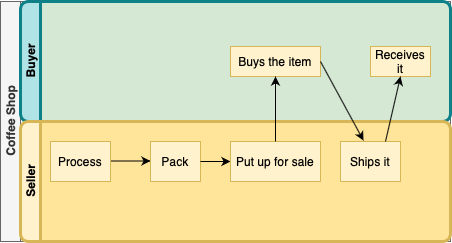
Earlier version of the draw.io export UML/Udacity_CoffeeShop_Activity_Diagram.png (georgesdib/supply_chain_project). Source tidied: cells renumbered, new cells last; positions are measured from the earlier drawing's top-left corner, leaving out a move shared by most shapes. Source of this version:
```xml
<mxGraphModel>
  <root>
    <mxCell id="0" />
    <mxCell id="1" parent="0" />
    <mxCell id="2" value="Coffee Shop" style="swimlane;html=1;horizontal=0;startSize=20;fillColor=#f5f5f5;strokeColor=#666666;fontColor=#333333;" parent="1" vertex="1">
      <mxGeometry width="450" height="240" as="geometry" />
    </mxCell>
    <mxCell id="3" value="Buyer" style="swimlane;html=1;startSize=20;horizontal=0;fillColor=#b0e3e6;strokeColor=#0e8088;strokeWidth=3;rounded=1;swimlaneFillColor=#D5E8D4;" parent="2" vertex="1">
      <mxGeometry x="20" width="430" height="120" as="geometry" />
    </mxCell>
    <mxCell id="4" value="Buys the item" style="rounded=0;whiteSpace=wrap;html=1;fillColor=#fff2cc;strokeColor=#d6b656;" parent="3" vertex="1">
      <mxGeometry x="210" y="45" width="90" height="30" as="geometry" />
    </mxCell>
    <mxCell id="5" value="Receives it" style="rounded=0;whiteSpace=wrap;html=1;fillColor=#fff2cc;strokeColor=#d6b656;" parent="3" vertex="1">
      <mxGeometry x="350" y="45" width="60" height="30" as="geometry" />
    </mxCell>
    <mxCell id="6" value="Seller" style="swimlane;html=1;startSize=20;horizontal=0;fillColor=#fff2cc;strokeColor=#d6b656;strokeWidth=3;rounded=1;perimeterSpacing=0;swimlaneFillColor=#FFE599;" parent="2" vertex="1">
      <mxGeometry x="20" y="120" width="430" height="120" as="geometry" />
    </mxCell>
    <mxCell id="7" style="edgeStyle=orthogonalEdgeStyle;rounded=0;orthogonalLoop=1;jettySize=auto;html=1;" parent="6" edge="1">
      <mxGeometry relative="1" as="geometry">
        <mxPoint x="140" y="39.5" as="sourcePoint" />
        <mxPoint x="130" y="39.5" as="targetPoint" />
        <Array as="points">
          <mxPoint x="90" y="39.5" />
          <mxPoint x="90" y="39.5" />
        </Array>
      </mxGeometry>
    </mxCell>
    <mxCell id="8" value="Pack" style="rounded=0;whiteSpace=wrap;html=1;fontFamily=Helvetica;fontSize=12;align=center;fillColor=#fff2cc;strokeColor=#d6b656;" parent="6" vertex="1">
      <mxGeometry x="130" y="20" width="50" height="40" as="geometry" />
    </mxCell>
    <mxCell id="9" value="Process" style="rounded=0;whiteSpace=wrap;html=1;fontFamily=Helvetica;fontSize=12;align=center;fillColor=#fff2cc;strokeColor=#d6b656;" parent="6" vertex="1">
      <mxGeometry x="30" y="20" width="60" height="40" as="geometry" />
    </mxCell>
    <mxCell id="10" style="endArrow=classic;html=1;exitX=1;exitY=0.5;exitDx=0;exitDy=0;entryX=0;entryY=0.5;entryDx=0;entryDy=0;" parent="6" edge="1" source="8" target="11">
      <mxGeometry relative="1" as="geometry" />
    </mxCell>
    <mxCell id="11" value="Put up for sale" style="rounded=0;whiteSpace=wrap;html=1;fillColor=#fff2cc;strokeColor=#d6b656;" parent="6" vertex="1">
      <mxGeometry x="210" y="20" width="90" height="40" as="geometry" />
    </mxCell>
    <mxCell id="12" value="Ships it" style="rounded=0;whiteSpace=wrap;html=1;fillColor=#fff2cc;strokeColor=#d6b656;" parent="6" vertex="1">
      <mxGeometry x="320" y="20" width="60" height="40" as="geometry" />
    </mxCell>
    <mxCell id="13" style="endArrow=classic;html=1;entryX=0.5;entryY=1;entryDx=0;entryDy=0;exitX=0.5;exitY=0;exitDx=0;exitDy=0;" parent="2" edge="1" source="11" target="4">
      <mxGeometry relative="1" as="geometry" />
    </mxCell>
    <mxCell id="14" style="endArrow=classic;html=1;exitX=1;exitY=0.5;exitDx=0;exitDy=0;entryX=0.383;entryY=-0.025;entryDx=0;entryDy=0;entryPerimeter=0;" parent="2" edge="1" source="4" target="12">
      <mxGeometry relative="1" as="geometry" />
    </mxCell>
    <mxCell id="15" style="endArrow=classic;html=1;entryX=0.5;entryY=1;entryDx=0;entryDy=0;exitX=0.75;exitY=0;exitDx=0;exitDy=0;" parent="2" edge="1" source="12" target="5">
      <mxGeometry relative="1" as="geometry" />
    </mxCell>
  </root>
</mxGraphModel>
```
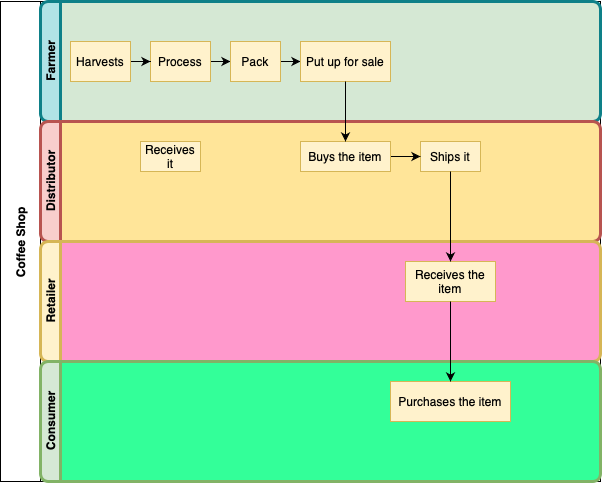
Later version of the same file.

Commit message:
Updating activity diagram

Diff of the diagram source:
```diff
@@ -2,54 +2,70 @@
   <root>
     <mxCell id="0" />
     <mxCell id="1" parent="0" />
-    <mxCell id="2" value="Coffee Shop" style="swimlane;html=1;horizontal=0;startSize=20;fillColor=#f5f5f5;strokeColor=#666666;fontColor=#333333;" parent="1" vertex="1">
-      <mxGeometry width="450" height="240" as="geometry" />
+    <mxCell id="2" value="Coffee Shop" style="swimlane;horizontal=0;startSize=40;" parent="1" vertex="1">
+      <mxGeometry width="600" height="480" as="geometry" />
     </mxCell>
-    <mxCell id="3" value="Buyer" style="swimlane;html=1;startSize=20;horizontal=0;fillColor=#b0e3e6;strokeColor=#0e8088;strokeWidth=3;rounded=1;swimlaneFillColor=#D5E8D4;" parent="2" vertex="1">
-      <mxGeometry x="20" width="430" height="120" as="geometry" />
-    </mxCell>
-    <mxCell id="4" value="Buys the item" style="rounded=0;whiteSpace=wrap;html=1;fillColor=#fff2cc;strokeColor=#d6b656;" parent="3" vertex="1">
-      <mxGeometry x="210" y="45" width="90" height="30" as="geometry" />
-    </mxCell>
-    <mxCell id="5" value="Receives it" style="rounded=0;whiteSpace=wrap;html=1;fillColor=#fff2cc;strokeColor=#d6b656;" parent="3" vertex="1">
-      <mxGeometry x="350" y="45" width="60" height="30" as="geometry" />
-    </mxCell>
-    <mxCell id="6" value="Seller" style="swimlane;html=1;startSize=20;horizontal=0;fillColor=#fff2cc;strokeColor=#d6b656;strokeWidth=3;rounded=1;perimeterSpacing=0;swimlaneFillColor=#FFE599;" parent="2" vertex="1">
-      <mxGeometry x="20" y="120" width="430" height="120" as="geometry" />
-    </mxCell>
-    <mxCell id="7" style="edgeStyle=orthogonalEdgeStyle;rounded=0;orthogonalLoop=1;jettySize=auto;html=1;" parent="6" edge="1">
-      <mxGeometry relative="1" as="geometry">
-        <mxPoint x="140" y="39.5" as="sourcePoint" />
-        <mxPoint x="130" y="39.5" as="targetPoint" />
-        <Array as="points">
-          <mxPoint x="90" y="39.5" />
-          <mxPoint x="90" y="39.5" />
-        </Array>
-      </mxGeometry>
-    </mxCell>
-    <mxCell id="8" value="Pack" style="rounded=0;whiteSpace=wrap;html=1;fontFamily=Helvetica;fontSize=12;align=center;fillColor=#fff2cc;strokeColor=#d6b656;" parent="6" vertex="1">
-      <mxGeometry x="130" y="20" width="50" height="40" as="geometry" />
-    </mxCell>
+    <mxCell id="16" value="Farmer" style="swimlane;html=1;startSize=20;horizontal=0;fillColor=#b0e3e6;strokeColor=#0e8088;strokeWidth=3;rounded=1;swimlaneFillColor=#D5E8D4;" parent="2" vertex="1">
+      <mxGeometry x="40" width="560" height="120" as="geometry" />
+    </mxCell>
+    <mxCell id="17" style="edgeStyle=orthogonalEdgeStyle;rounded=0;jettySize=auto;html=1;" parent="16" edge="1" source="9" target="8">
+      <mxGeometry relative="1" as="geometry" />
+    </mxCell>
-    <mxCell id="9" value="Process" style="rounded=0;whiteSpace=wrap;html=1;fontFamily=Helvetica;fontSize=12;align=center;fillColor=#fff2cc;strokeColor=#d6b656;" parent="6" vertex="1">
-      <mxGeometry x="30" y="20" width="60" height="40" as="geometry" />
+    <mxCell id="9" value="Process" style="rounded=0;whiteSpace=wrap;html=1;fontFamily=Helvetica;fontSize=12;align=center;fillColor=#fff2cc;strokeColor=#d6b656;" parent="16" vertex="1">
+      <mxGeometry x="110" y="40" width="60" height="40" as="geometry" />
     </mxCell>
-    <mxCell id="10" style="endArrow=classic;html=1;exitX=1;exitY=0.5;exitDx=0;exitDy=0;entryX=0;entryY=0.5;entryDx=0;entryDy=0;" parent="6" edge="1" source="8" target="11">
+    <mxCell id="10" style="edgeStyle=orthogonalEdgeStyle;rounded=0;jettySize=auto;html=1;" parent="16" edge="1" source="8" target="11">
       <mxGeometry relative="1" as="geometry" />
     </mxCell>
+    <mxCell id="8" value="Pack" style="rounded=0;whiteSpace=wrap;html=1;fontFamily=Helvetica;fontSize=12;align=center;fillColor=#fff2cc;strokeColor=#d6b656;" parent="16" vertex="1">
+      <mxGeometry x="190" y="40" width="50" height="40" as="geometry" />
+    </mxCell>
-    <mxCell id="11" value="Put up for sale" style="rounded=0;whiteSpace=wrap;html=1;fillColor=#fff2cc;strokeColor=#d6b656;" parent="6" vertex="1">
-      <mxGeometry x="210" y="20" width="90" height="40" as="geometry" />
+    <mxCell id="11" value="Put up for sale" style="rounded=0;whiteSpace=wrap;html=1;fillColor=#fff2cc;strokeColor=#d6b656;" parent="16" vertex="1">
+      <mxGeometry x="260" y="40" width="90" height="40" as="geometry" />
     </mxCell>
+    <mxCell id="18" value="Distributor" style="swimlane;html=1;startSize=20;horizontal=0;fillColor=#f8cecc;strokeColor=#b85450;strokeWidth=3;rounded=1;perimeterSpacing=0;swimlaneFillColor=#FFE599;" parent="2" vertex="1">
+      <mxGeometry x="40" y="120" width="560" height="120" as="geometry" />
+    </mxCell>
-    <mxCell id="12" value="Ships it" style="rounded=0;whiteSpace=wrap;html=1;fillColor=#fff2cc;strokeColor=#d6b656;" parent="6" vertex="1">
-      <mxGeometry x="320" y="20" width="60" height="40" as="geometry" />
+    <mxCell id="12" value="Ships it" style="rounded=0;whiteSpace=wrap;html=1;fillColor=#fff2cc;strokeColor=#d6b656;" parent="18" vertex="1">
+      <mxGeometry x="380" y="20" width="60" height="30" as="geometry" />
     </mxCell>
+    <mxCell id="5" value="Receives it" style="rounded=0;whiteSpace=wrap;html=1;fillColor=#fff2cc;strokeColor=#d6b656;" parent="18" vertex="1">
+      <mxGeometry x="100" y="20" width="60" height="30" as="geometry" />
+    </mxCell>
+    <mxCell id="14" style="edgeStyle=orthogonalEdgeStyle;rounded=0;jettySize=auto;html=1;" parent="18" edge="1" source="4" target="12">
+      <mxGeometry relative="1" as="geometry" />
+    </mxCell>
+    <mxCell id="4" value="Buys the item" style="rounded=0;whiteSpace=wrap;html=1;fillColor=#fff2cc;strokeColor=#d6b656;" parent="18" vertex="1">
+      <mxGeometry x="260" y="20" width="90" height="30" as="geometry" />
+    </mxCell>
+    <mxCell id="19" value="Retailer" style="swimlane;html=1;startSize=20;horizontal=0;fillColor=#fff2cc;strokeColor=#d6b656;strokeWidth=3;rounded=1;perimeterSpacing=0;swimlaneFillColor=#FF99CC;" parent="2" vertex="1">
+      <mxGeometry x="40" y="240" width="560" height="120" as="geometry" />
+    </mxCell>
+    <mxCell id="20" value="Receives the item" style="rounded=0;whiteSpace=wrap;html=1;fillColor=#fff2cc;strokeColor=#d6b656;" parent="19" vertex="1">
+      <mxGeometry x="365" y="20" width="90" height="40" as="geometry" />
+    </mxCell>
+    <mxCell id="21" value="Consumer" style="swimlane;html=1;startSize=20;horizontal=0;fillColor=#d5e8d4;strokeColor=#82b366;strokeWidth=3;rounded=1;perimeterSpacing=0;swimlaneFillColor=#33FF99;" parent="2" vertex="1">
+      <mxGeometry x="40" y="360" width="560" height="120" as="geometry" />
+    </mxCell>
+    <mxCell id="22" value="Purchases the item" style="rounded=0;whiteSpace=wrap;html=1;fillColor=#fff2cc;strokeColor=#d6b656;" parent="21" vertex="1">
+      <mxGeometry x="350" y="20" width="120" height="40" as="geometry" />
+    </mxCell>
-    <mxCell id="13" style="endArrow=classic;html=1;entryX=0.5;entryY=1;entryDx=0;entryDy=0;exitX=0.5;exitY=0;exitDx=0;exitDy=0;" parent="2" edge="1" source="11" target="4">
+    <mxCell id="13" style="edgeStyle=orthogonalEdgeStyle;rounded=0;jettySize=auto;html=1;" parent="2" edge="1" source="11" target="4">
       <mxGeometry relative="1" as="geometry" />
     </mxCell>
-    <mxCell id="14" style="endArrow=classic;html=1;exitX=1;exitY=0.5;exitDx=0;exitDy=0;entryX=0.383;entryY=-0.025;entryDx=0;entryDy=0;entryPerimeter=0;" parent="2" edge="1" source="4" target="12">
-      <mxGeometry relative="1" as="geometry" />
-    </mxCell>
-    <mxCell id="15" style="endArrow=classic;html=1;entryX=0.5;entryY=1;entryDx=0;entryDy=0;exitX=0.75;exitY=0;exitDx=0;exitDy=0;" parent="2" edge="1" source="12" target="5">
-      <mxGeometry relative="1" as="geometry" />
-    </mxCell>
+    <mxCell id="23" style="edgeStyle=orthogonalEdgeStyle;rounded=0;jettySize=auto;html=1;" parent="2" edge="1" source="12" target="20">
+      <mxGeometry relative="1" as="geometry" />
+    </mxCell>
+    <mxCell id="24" style="edgeStyle=orthogonalEdgeStyle;rounded=0;jettySize=auto;html=1;" parent="2" edge="1" source="20" target="22">
+      <mxGeometry relative="1" as="geometry" />
+    </mxCell>
+    <mxCell id="25" style="edgeStyle=orthogonalEdgeStyle;rounded=0;jettySize=auto;html=1;" parent="1" edge="1" source="26">
+      <mxGeometry relative="1" as="geometry">
+        <mxPoint x="150" y="60" as="targetPoint" />
+      </mxGeometry>
+    </mxCell>
+    <mxCell id="26" value="Harvests" style="rounded=0;whiteSpace=wrap;html=1;fontFamily=Helvetica;fontSize=12;align=center;fillColor=#fff2cc;strokeColor=#d6b656;" parent="1" vertex="1">
+      <mxGeometry x="70" y="40" width="60" height="40" as="geometry" />
+    </mxCell>
   </root>
 </mxGraphModel>
```
